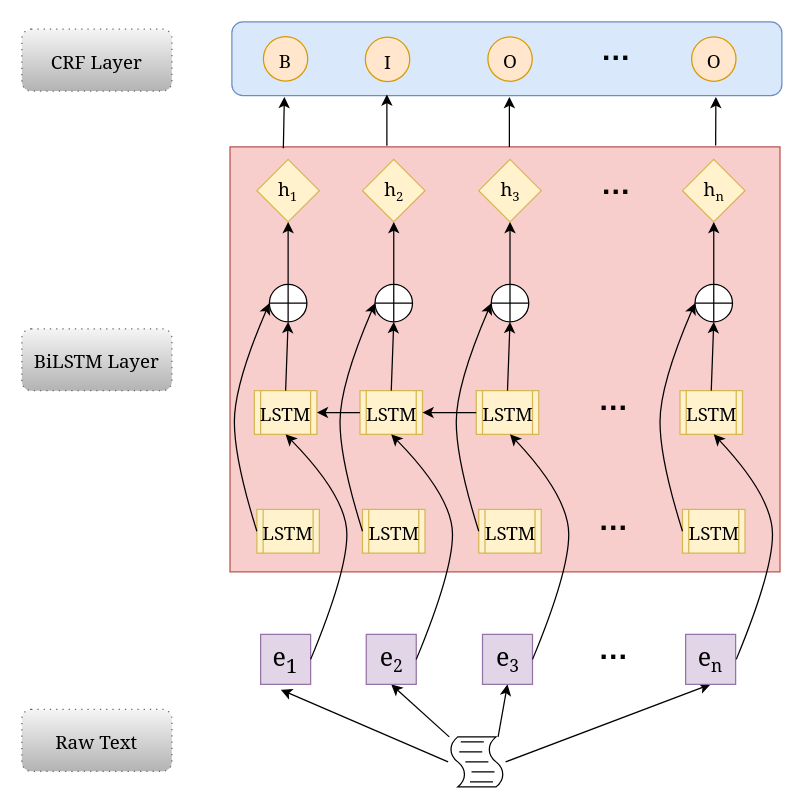
Above: BiLSTM-CRF.drawio in yhx123hero/CyberspaceSecurity_NER (draw.io), before the change. Source tidied: cells renumbered, new cells numbered last; positions are measured from the earlier drawing's top-left corner, leaving out a move shared by most shapes. Both pictures are drawn from the tidied source at 125%, with x=0, y=0 at pixel (21, 21).
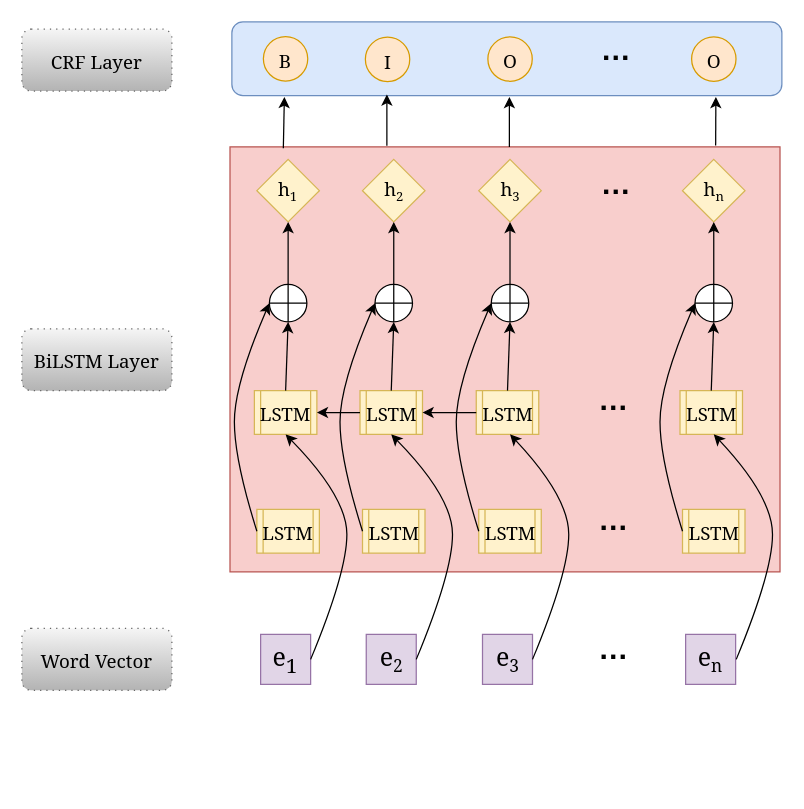
After the change.

The change refers to these unchanged cells:
```xml
<mxCell id="8" style="whiteSpace=wrap;html=1;labelBackgroundColor=none;fontFamily=Georgia;fontSize=20;fillColor=#e1d5e7;strokeColor=#9673a6;" parent="1" vertex="1">
  <mxGeometry x="191" y="490" width="40" height="40" as="geometry" />
</mxCell>
<mxCell id="10" style="whiteSpace=wrap;html=1;labelBackgroundColor=none;fontFamily=Georgia;fontSize=20;fillColor=#e1d5e7;strokeColor=#9673a6;" parent="1" vertex="1">
  <mxGeometry x="275.5" y="490" width="40" height="40" as="geometry" />
</mxCell>
<mxCell id="12" style="whiteSpace=wrap;html=1;labelBackgroundColor=none;fontFamily=Georgia;fontSize=20;fillColor=#e1d5e7;strokeColor=#9673a6;" parent="1" vertex="1">
  <mxGeometry x="368.5" y="490" width="40" height="40" as="geometry" />
</mxCell>
<mxCell id="14" style="whiteSpace=wrap;html=1;labelBackgroundColor=none;fontFamily=Georgia;fontSize=20;fillColor=#e1d5e7;strokeColor=#9673a6;" parent="1" vertex="1">
  <mxGeometry x="531" y="490" width="40" height="40" as="geometry" />
</mxCell>
```

What changed in the source:
```diff
@@
-    <mxCell id="3" style="shape=mxgraph.bpmn.script_task;html=1;outlineConnect=0;" parent="1" vertex="1">
-      <mxGeometry x="341.5" y="572" width="45" height="40" as="geometry" />
-    </mxCell>
-    <mxCell id="4" style="endArrow=classic;html=1;fontFamily=Georgia;fontSize=20;entryX=0.404;entryY=1.108;entryDx=0;entryDy=0;entryPerimeter=0;" parent="1" edge="1" target="8">
-      <mxGeometry relative="1" as="geometry">
-        <mxPoint x="341" y="592" as="sourcePoint" />
-      </mxGeometry>
-    </mxCell>
-    <mxCell id="5" style="endArrow=classic;html=1;fontFamily=Georgia;fontSize=20;entryX=0.5;entryY=1;entryDx=0;entryDy=0;" parent="1" edge="1" source="3" target="10">
-      <mxGeometry relative="1" as="geometry" />
-    </mxCell>
-    <mxCell id="6" style="endArrow=classic;html=1;fontFamily=Georgia;fontSize=20;entryX=0.5;entryY=1;entryDx=0;entryDy=0;" parent="1" edge="1" target="12">
-      <mxGeometry relative="1" as="geometry">
-        <mxPoint x="381" y="572" as="sourcePoint" />
-      </mxGeometry>
-    </mxCell>
-    <mxCell id="7" style="endArrow=classic;html=1;fontFamily=Georgia;fontSize=20;entryX=0.5;entryY=1;entryDx=0;entryDy=0;" parent="1" edge="1" target="14">
-      <mxGeometry relative="1" as="geometry">
-        <mxPoint x="387" y="592" as="sourcePoint" />
-      </mxGeometry>
-    </mxCell>
@@
-    <mxCell id="80" value="Raw Text" style="shape=ext;rounded=1;html=1;whiteSpace=wrap;dashed=1;dashPattern=1 4;labelBackgroundColor=none;fontFamily=Georgia;fontSize=15;fillColor=#f5f5f5;strokeColor=#666666;gradientColor=#b3b3b3;" parent="1" vertex="1">
-      <mxGeometry y="550" width="120" height="49.5" as="geometry" />
+    <mxCell id="80" value="Word Vector" style="shape=ext;rounded=1;html=1;whiteSpace=wrap;dashed=1;dashPattern=1 4;labelBackgroundColor=none;fontFamily=Georgia;fontSize=15;fillColor=#f5f5f5;strokeColor=#666666;gradientColor=#b3b3b3;" parent="1" vertex="1">
+      <mxGeometry y="485.2" width="120" height="49.5" as="geometry" />
     </mxCell>
```
